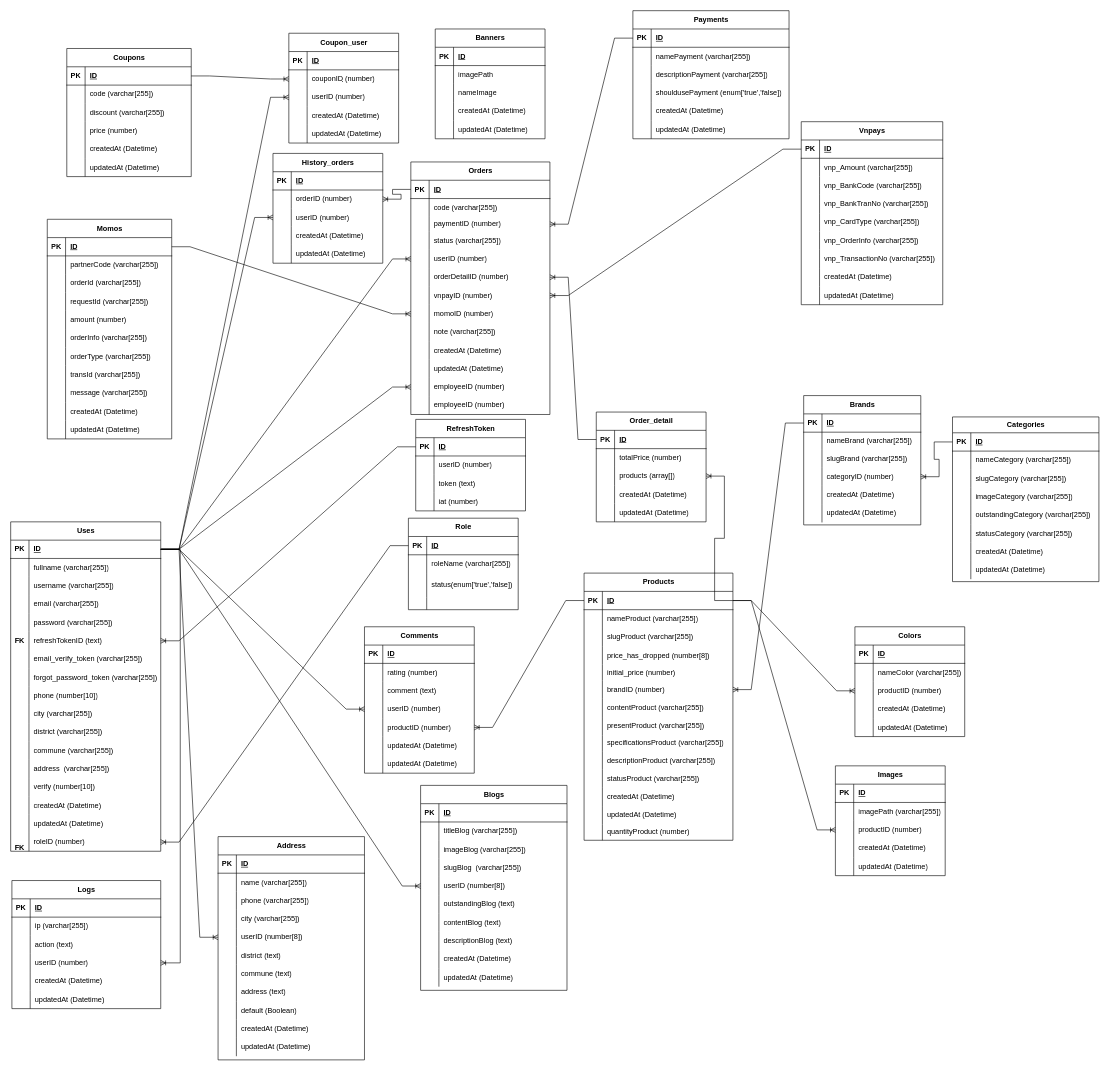
QuocHuy03/HoangHaPC keeps this draw.io diagram as src/doan.drawio. Above is the earlier version. Source tidied: cells renumbered, new cells numbered last; positions are measured from the earlier drawing's top-left corner, leaving out a move shared by most shapes. Both pictures are drawn from the tidied source at 61%, with x=0, y=0 at pixel (10, -52).
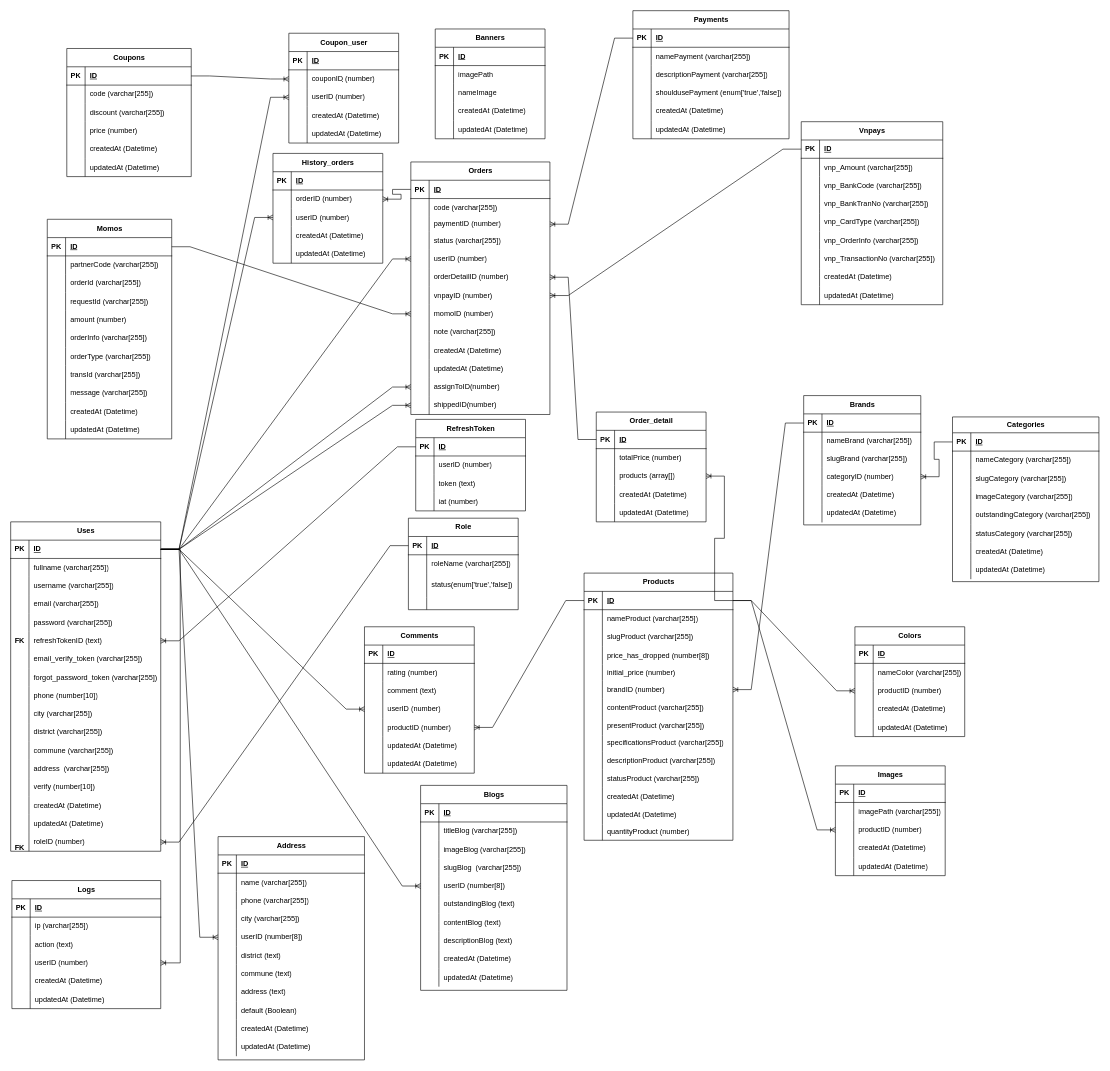
The same page after the edit.

Commit message:
Cập nhật doan.drawio

Unchanged cells that the change refers to:
```xml
<mxCell id="3" style="shape=tableRow;horizontal=0;startSize=0;swimlaneHead=0;swimlaneBody=0;fillColor=none;points=[[0,0.5],[1,0.5]];portConstraint=eastwest;top=0;left=0;right=0;bottom=1;" parent="2" vertex="1">
  <mxGeometry y="30" width="246" height="30" as="geometry" />
</mxCell>
<mxCell id="411" style="shape=tableRow;horizontal=0;startSize=0;swimlaneHead=0;swimlaneBody=0;fillColor=none;points=[[0,0.5],[1,0.5]];portConstraint=eastwest;top=0;left=0;right=0;bottom=0;" parent="377" vertex="1">
  <mxGeometry y="354" width="228" height="30" as="geometry" />
</mxCell>
<mxCell id="414" style="shape=tableRow;horizontal=0;startSize=0;swimlaneHead=0;swimlaneBody=0;fillColor=none;points=[[0,0.5],[1,0.5]];portConstraint=eastwest;top=0;left=0;right=0;bottom=0;" parent="377" vertex="1">
  <mxGeometry y="384" width="228" height="30" as="geometry" />
</mxCell>
```

Diff of the diagram source:
```diff
@@
-    <mxCell id="413" value="employeeID (number)" style="shape=partialRectangle;fillColor=none;top=0;left=0;bottom=0;right=0;align=left;spacingLeft=6;overflow=hidden;whiteSpace=wrap;html=1;" parent="411" vertex="1">
+    <mxCell id="413" value="assignToID(number)" style="shape=partialRectangle;fillColor=none;top=0;left=0;bottom=0;right=0;align=left;spacingLeft=6;overflow=hidden;whiteSpace=wrap;html=1;" parent="411" vertex="1">
       <mxGeometry x="30" width="198" height="30" as="geometry" />
     </mxCell>
@@
-    <mxCell id="416" value="employeeID (number)" style="shape=partialRectangle;fillColor=none;top=0;left=0;bottom=0;right=0;align=left;spacingLeft=6;overflow=hidden;whiteSpace=wrap;html=1;" parent="414" vertex="1">
+    <mxCell id="416" value="shippedID(number)" style="shape=partialRectangle;fillColor=none;top=0;left=0;bottom=0;right=0;align=left;spacingLeft=6;overflow=hidden;whiteSpace=wrap;html=1;" parent="414" vertex="1">
       <mxGeometry x="30" width="198" height="30" as="geometry" />
     </mxCell>
@@
+    <mxCell id="531" style="edgeStyle=entityRelationEdgeStyle;fontSize=12;html=1;endArrow=ERoneToMany;rounded=0;exitX=1;exitY=0.5;exitDx=0;exitDy=0;entryX=0;entryY=0.5;entryDx=0;entryDy=0;" parent="1" edge="1" source="3" target="414">
+      <mxGeometry relative="1" as="geometry">
+        <Array as="points">
+          <mxPoint x="1150" y="790" />
+          <mxPoint x="1062" y="604" />
+          <mxPoint x="898" y="988" />
+          <mxPoint x="1126" y="798" />
+          <mxPoint x="1056" y="649" />
+          <mxPoint x="546" y="796" />
+        </Array>
+      </mxGeometry>
+    </mxCell>
```
